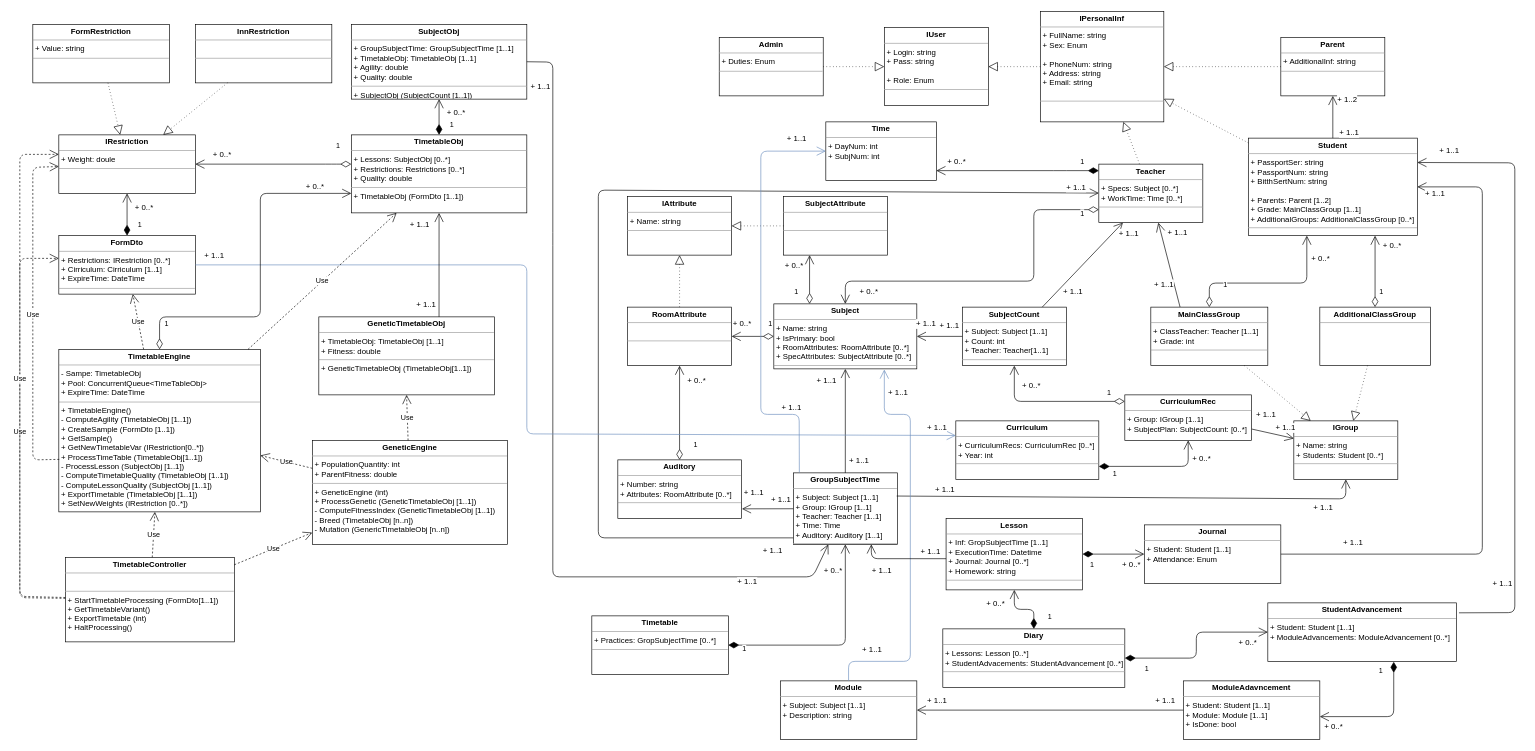
This is EF-4.drawio from Timur-Faskhutdinov/E-education_TF, a draw.io file, before an edit. Source tidied: cells renumbered, new cells numbered last; positions are measured from the earlier drawing's top-left corner, leaving out a move shared by most shapes. Both pictures are drawn from the tidied source at 65%, with x=0, y=0 at pixel (20, 11).
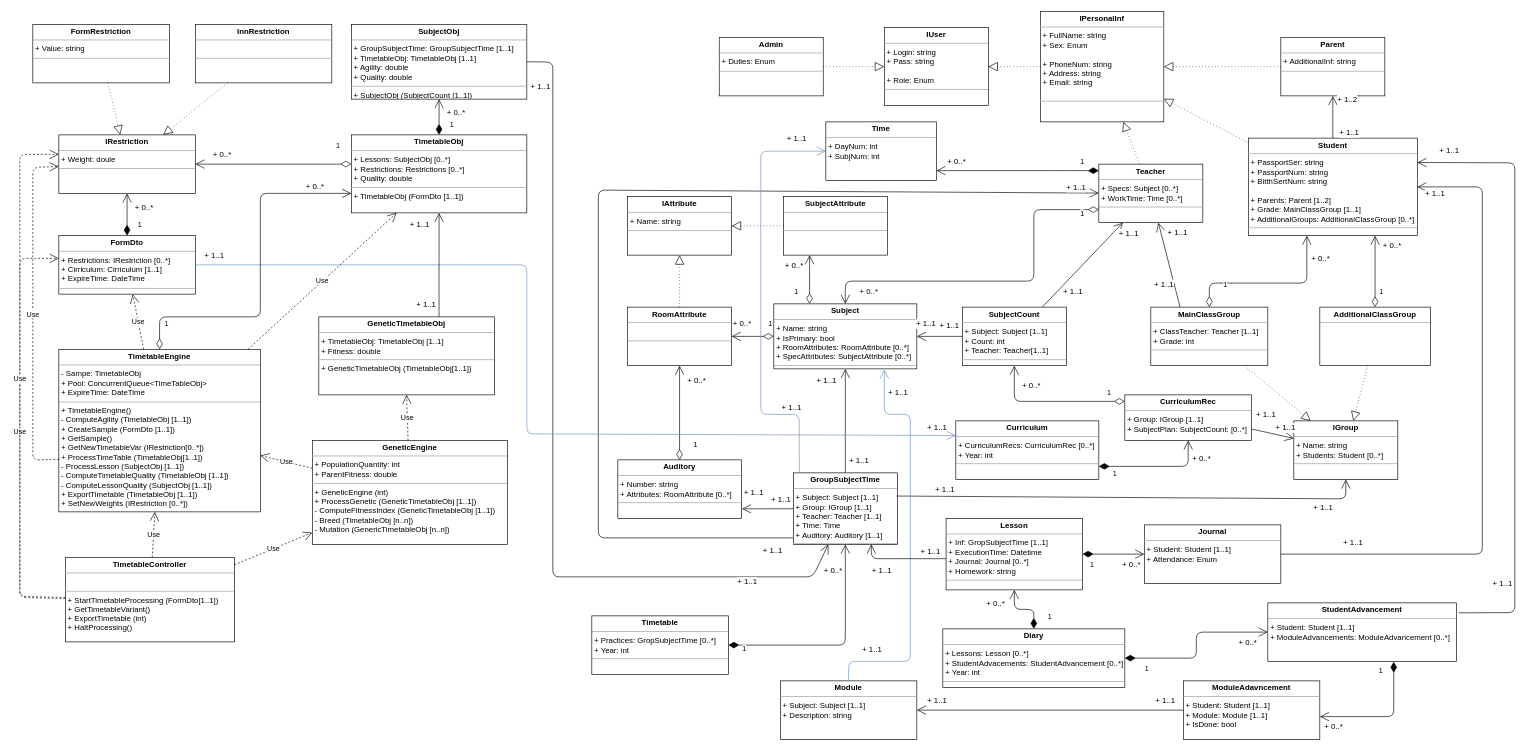
The same page after the edit.

What changed in the source:
```diff
@@
-    <mxCell id="28" value="&lt;p style=&quot;margin: 0px ; margin-top: 4px ; text-align: center&quot;&gt;&lt;b&gt;Timetable&lt;/b&gt;&lt;/p&gt;&lt;hr size=&quot;1&quot;&gt;&lt;p style=&quot;margin: 0px ; margin-left: 4px&quot;&gt;+ Practices: GropSubjectTime [0..*]&lt;br&gt;&lt;/p&gt;&lt;hr size=&quot;1&quot;&gt;&lt;p style=&quot;margin: 0px ; margin-left: 4px&quot;&gt;&lt;br&gt;&lt;/p&gt;" style="verticalAlign=top;align=left;overflow=fill;fontSize=12;fontFamily=Helvetica;html=1;" parent="1" vertex="1">
+    <mxCell id="28" value="&lt;p style=&quot;margin: 0px ; margin-top: 4px ; text-align: center&quot;&gt;&lt;b&gt;Timetable&lt;/b&gt;&lt;/p&gt;&lt;hr size=&quot;1&quot;&gt;&lt;p style=&quot;margin: 0px ; margin-left: 4px&quot;&gt;+ Practices: GropSubjectTime [0..*]&lt;br&gt;&lt;/p&gt;&lt;p style=&quot;margin: 0px ; margin-left: 4px&quot;&gt;+ Year: int&lt;/p&gt;&lt;hr size=&quot;1&quot;&gt;&lt;p style=&quot;margin: 0px ; margin-left: 4px&quot;&gt;&lt;br&gt;&lt;/p&gt;" style="verticalAlign=top;align=left;overflow=fill;fontSize=12;fontFamily=Helvetica;html=1;" parent="1" vertex="1">
       <mxGeometry x="880" y="930" width="210" height="90" as="geometry" />
     </mxCell>
@@
-    <mxCell id="80" value="&lt;p style=&quot;margin: 0px ; margin-top: 4px ; text-align: center&quot;&gt;&lt;b&gt;Diary&lt;/b&gt;&lt;/p&gt;&lt;hr size=&quot;1&quot;&gt;&lt;p style=&quot;margin: 0px ; margin-left: 4px&quot;&gt;+ Lessons: Lesson [0..*]&lt;br&gt;&lt;/p&gt;&lt;p style=&quot;margin: 0px ; margin-left: 4px&quot;&gt;+ StudentAdvacements: StudentAdvancement [0..*]&lt;/p&gt;&lt;hr size=&quot;1&quot;&gt;&lt;p style=&quot;margin: 0px ; margin-left: 4px&quot;&gt;&lt;br&gt;&lt;/p&gt;" style="verticalAlign=top;align=left;overflow=fill;fontSize=12;fontFamily=Helvetica;html=1;" parent="1" vertex="1">
+    <mxCell id="80" value="&lt;p style=&quot;margin: 0px ; margin-top: 4px ; text-align: center&quot;&gt;&lt;b&gt;Diary&lt;/b&gt;&lt;/p&gt;&lt;hr size=&quot;1&quot;&gt;&lt;p style=&quot;margin: 0px ; margin-left: 4px&quot;&gt;+ Lessons: Lesson [0..*]&lt;br&gt;&lt;/p&gt;&lt;p style=&quot;margin: 0px ; margin-left: 4px&quot;&gt;+ StudentAdvacements: StudentAdvancement [0..*]&lt;/p&gt;&lt;p style=&quot;margin: 0px ; margin-left: 4px&quot;&gt;+ Year: int&lt;/p&gt;&lt;hr size=&quot;1&quot;&gt;&lt;p style=&quot;margin: 0px ; margin-left: 4px&quot;&gt;&lt;br&gt;&lt;/p&gt;" style="verticalAlign=top;align=left;overflow=fill;fontSize=12;fontFamily=Helvetica;html=1;" parent="1" vertex="1">
       <mxGeometry x="1420" y="950" width="280" height="90" as="geometry" />
     </mxCell>
```
